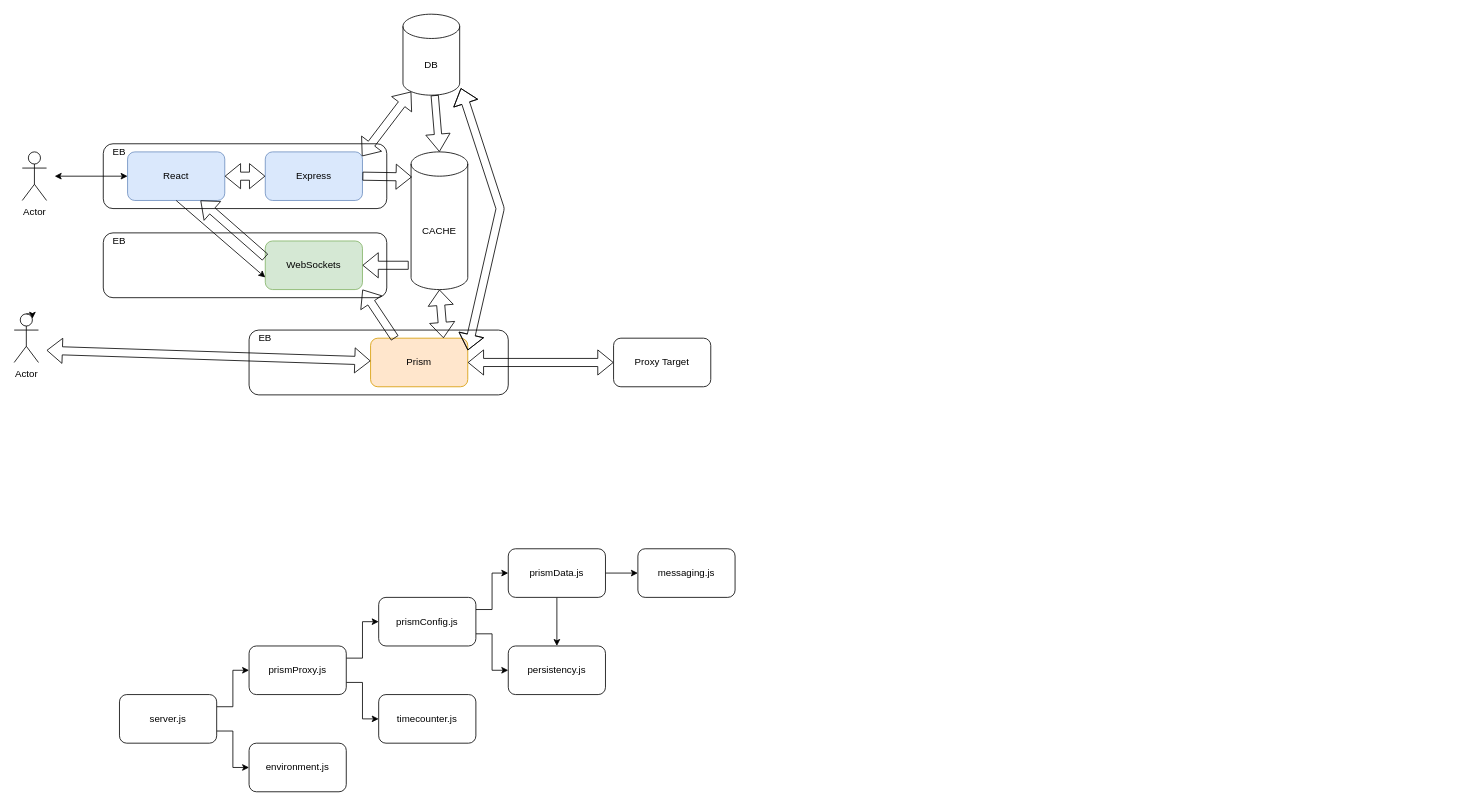
MarkoVcode/Insect keeps this draw.io diagram as project/Untitled Diagram.drawio. Above is the earlier version. Source tidied: cells renumbered, new cells numbered last; positions are measured from the earlier drawing's top-left corner, leaving out a move shared by most shapes. Both pictures are drawn from the tidied source at 81%, with x=0, y=0 at pixel (14, 14).
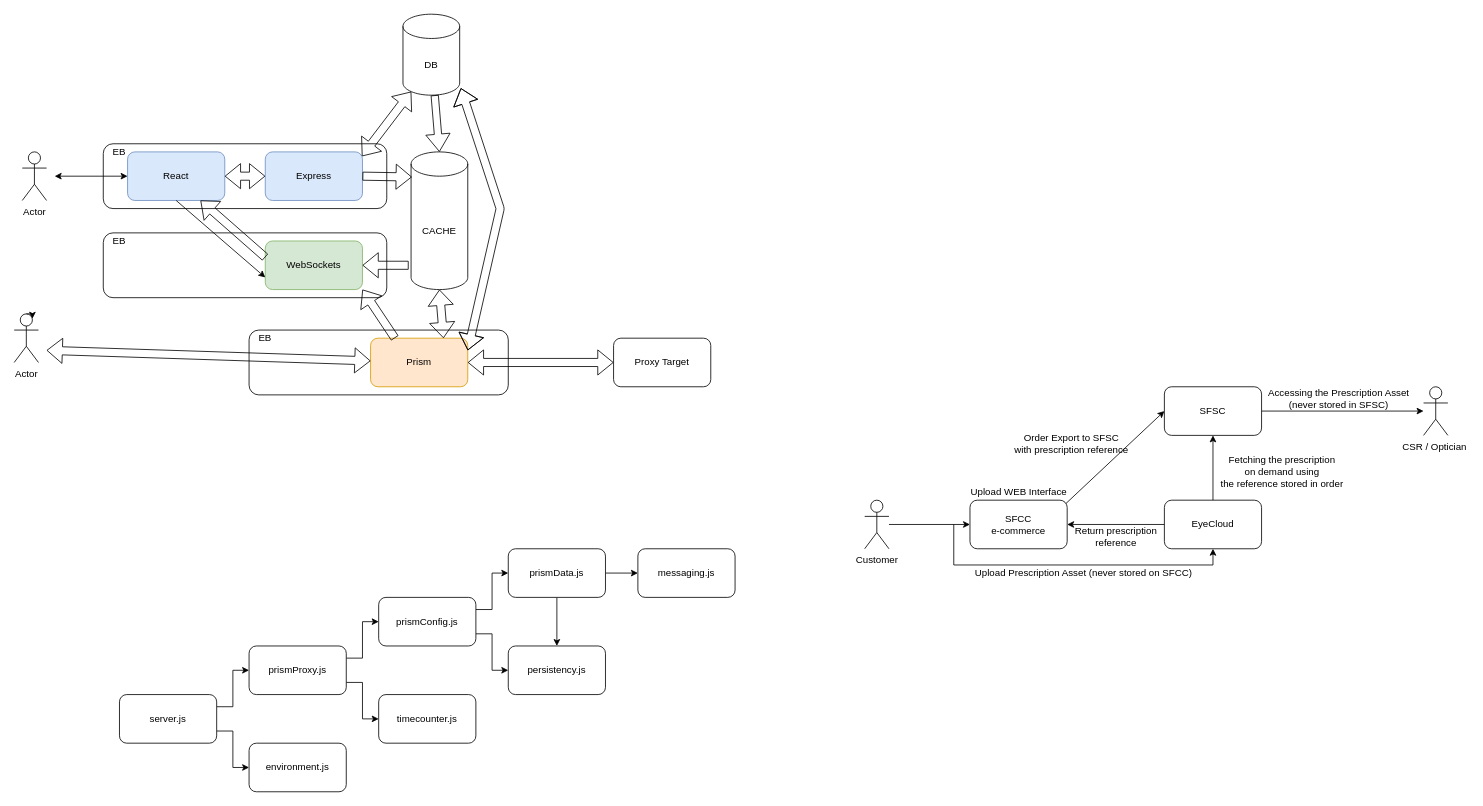
The same diagram, later.

What changed in the source:
```diff
@@
+    <mxCell id="47" value="SFCC&lt;br&gt;e-commerce" style="rounded=1;whiteSpace=wrap;html=1;" parent="1" vertex="1">
+      <mxGeometry x="1180" y="600" width="120" height="60" as="geometry" />
+    </mxCell>
+    <mxCell id="48" style="edgeStyle=orthogonalEdgeStyle;rounded=0;jettySize=auto;html=1;" parent="1" edge="1" source="49" target="47">
+      <mxGeometry relative="1" as="geometry" />
+    </mxCell>
+    <mxCell id="49" value="Customer" style="shape=umlActor;verticalLabelPosition=bottom;verticalAlign=top;html=1;outlineConnect=0;" parent="1" vertex="1">
+      <mxGeometry x="1050" y="600" width="30" height="60" as="geometry" />
+    </mxCell>
+    <mxCell id="50" style="edgeStyle=orthogonalEdgeStyle;rounded=0;jettySize=auto;html=1;" parent="1" edge="1" source="51" target="61">
+      <mxGeometry relative="1" as="geometry" />
+    </mxCell>
+    <mxCell id="51" value="SFSC" style="rounded=1;whiteSpace=wrap;html=1;" parent="1" vertex="1">
+      <mxGeometry x="1420" y="460" width="120" height="60" as="geometry" />
+    </mxCell>
+    <mxCell id="52" value="Upload Prescription Asset (never stored on SFCC)" style="text;html=1;align=center;verticalAlign=middle;" parent="1" vertex="1">
+      <mxGeometry x="1180" y="680" width="280" height="20" as="geometry" />
+    </mxCell>
+    <mxCell id="53" style="edgeStyle=orthogonalEdgeStyle;rounded=0;jettySize=auto;html=1;entryX=1;entryY=0.5;entryDx=0;entryDy=0;" parent="1" edge="1" source="54" target="47">
+      <mxGeometry relative="1" as="geometry" />
+    </mxCell>
+    <mxCell id="54" value="EyeCloud" style="rounded=1;whiteSpace=wrap;html=1;" parent="1" vertex="1">
+      <mxGeometry x="1420" y="600" width="120" height="60" as="geometry" />
+    </mxCell>
+    <mxCell id="55" style="endArrow=classic;html=1;entryX=0.5;entryY=1;entryDx=0;entryDy=0;" parent="1" edge="1" target="54">
+      <mxGeometry relative="1" as="geometry">
+        <mxPoint x="1480" y="680" as="sourcePoint" />
+      </mxGeometry>
+    </mxCell>
+    <mxCell id="56" style="endArrow=none;html=1;" parent="1" edge="1">
+      <mxGeometry relative="1" as="geometry">
+        <mxPoint x="1160" y="680" as="sourcePoint" />
+        <mxPoint x="1160" y="630" as="targetPoint" />
+      </mxGeometry>
+    </mxCell>
+    <mxCell id="57" style="endArrow=none;html=1;" parent="1" edge="1">
+      <mxGeometry relative="1" as="geometry">
+        <mxPoint x="1160" y="680" as="sourcePoint" />
+        <mxPoint x="1480" y="680" as="targetPoint" />
+      </mxGeometry>
+    </mxCell>
+    <mxCell id="58" value="Upload WEB Interface" style="text;html=1;align=center;verticalAlign=middle;" parent="1" vertex="1">
+      <mxGeometry x="1175" y="580" width="130" height="20" as="geometry" />
+    </mxCell>
+    <mxCell id="59" value="Return prescription&lt;br&gt;reference" style="text;html=1;align=center;verticalAlign=middle;" parent="1" vertex="1">
+      <mxGeometry x="1300" y="630" width="120" height="30" as="geometry" />
+    </mxCell>
+    <mxCell id="60" style="endArrow=classic;html=1;entryX=0;entryY=0.5;entryDx=0;entryDy=0;exitX=0.986;exitY=0.071;exitDx=0;exitDy=0;exitPerimeter=0;" parent="1" edge="1" source="47" target="51">
+      <mxGeometry relative="1" as="geometry" />
+    </mxCell>
+    <mxCell id="61" value="CSR / Optician&amp;nbsp;" style="shape=umlActor;verticalLabelPosition=bottom;verticalAlign=top;html=1;outlineConnect=0;" parent="1" vertex="1">
+      <mxGeometry x="1740" y="460" width="30" height="60" as="geometry" />
+    </mxCell>
+    <mxCell id="62" value="Order Export to SFSC&lt;br&gt;with prescription reference" style="text;html=1;align=center;verticalAlign=middle;" parent="1" vertex="1">
+      <mxGeometry x="1225" y="515" width="160" height="30" as="geometry" />
+    </mxCell>
+    <mxCell id="63" value="Accessing the Prescription Asset&lt;br&gt;(never stored in SFSC)" style="text;html=1;align=center;verticalAlign=middle;" parent="1" vertex="1">
+      <mxGeometry x="1540" y="460" width="190" height="30" as="geometry" />
+    </mxCell>
+    <mxCell id="64" style="endArrow=classic;html=1;exitX=0.5;exitY=0;exitDx=0;exitDy=0;entryX=0.5;entryY=1;entryDx=0;entryDy=0;" parent="1" edge="1" source="54" target="51">
+      <mxGeometry relative="1" as="geometry" />
+    </mxCell>
+    <mxCell id="65" value="Fetching the prescription&lt;br&gt;on demand using &lt;br&gt;the reference stored in order" style="text;html=1;align=center;verticalAlign=middle;" parent="1" vertex="1">
+      <mxGeometry x="1480" y="540" width="170" height="50" as="geometry" />
+    </mxCell>
```
